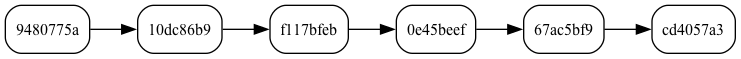
Above: example_output/dag_final_linear.png in moonstripe/task-graph (Graphviz), before the change. Its source is kept beside it as example_output/dag_final_linear.dot. Its diagram source:
```dot
digraph G {
  rankdir=LR;
  node [shape=box, style=rounded, fontsize=12];
  0 [label="9480775a"];
  1 [label="10dc86b9"];
  2 [label="f117bfeb"];
  3 [label="0e45beef"];
  4 [label="67ac5bf9"];
  5 [label="cd4057a3"];
  0 -> 1;
  1 -> 2;
  2 -> 3;
  3 -> 4;
  4 -> 5;
}
```
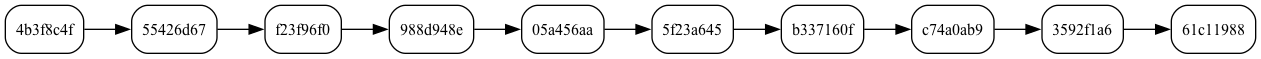
Later version of the same file.

The edit, as a diff of the source:
```diff
@@ -1,15 +1,23 @@
 digraph G {
   rankdir=LR;
   node [shape=box, style=rounded, fontsize=12];
-  0 [label="9480775a"];
-  1 [label="10dc86b9"];
-  2 [label="f117bfeb"];
-  3 [label="0e45beef"];
-  4 [label="67ac5bf9"];
-  5 [label="cd4057a3"];
+  0 [label="4b3f8c4f"];
+  1 [label="55426d67"];
+  2 [label="f23f96f0"];
+  3 [label="988d948e"];
+  4 [label="05a456aa"];
+  5 [label="5f23a645"];
+  6 [label="b337160f"];
+  7 [label="c74a0ab9"];
+  8 [label="3592f1a6"];
+  9 [label="61c11988"];
   0 -> 1;
   1 -> 2;
   2 -> 3;
   3 -> 4;
   4 -> 5;
+  5 -> 6;
+  6 -> 7;
+  7 -> 8;
+  8 -> 9;
 }
```
